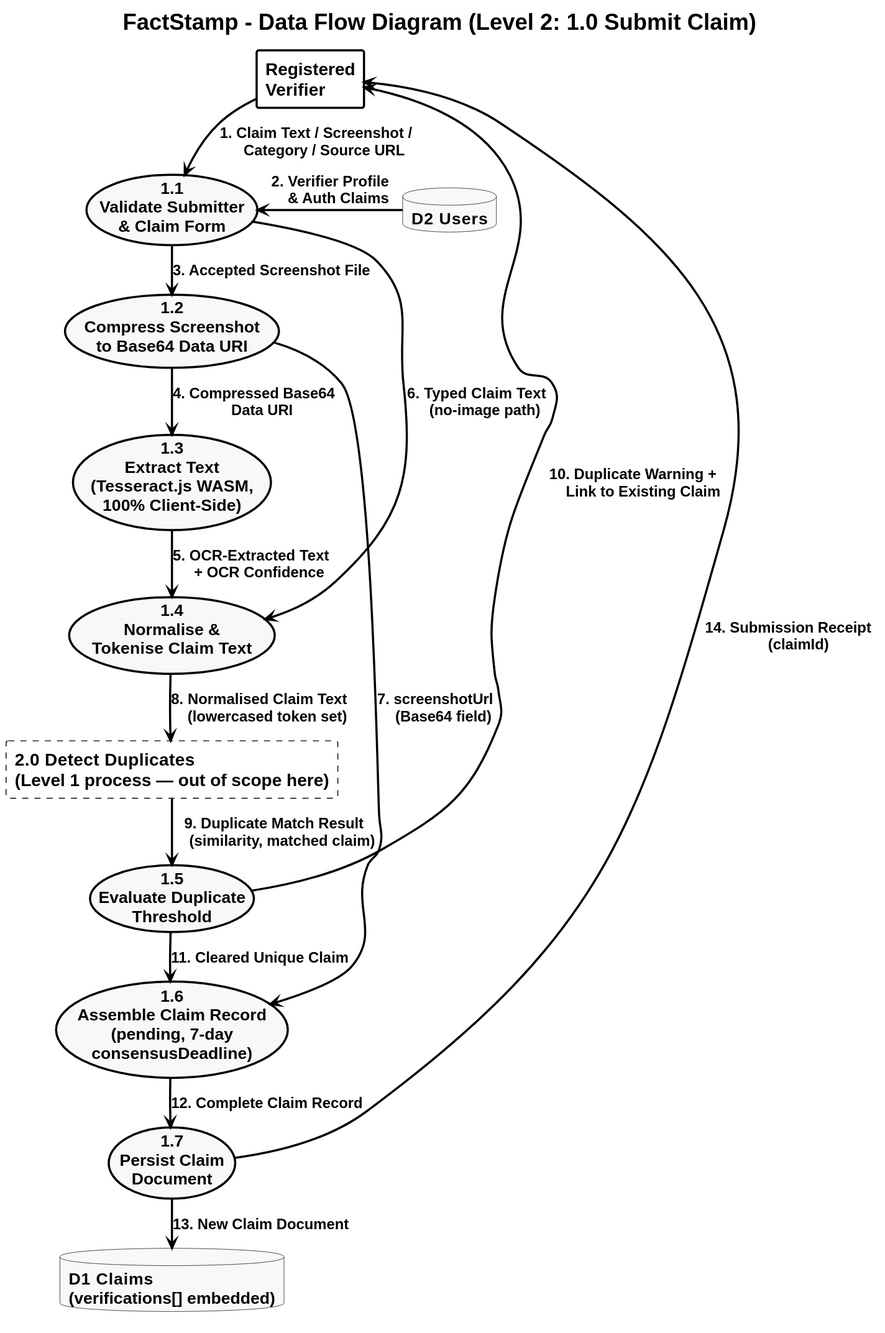
aadish0day/typst keeps this PlantUML diagram as FactStamp/black_book_draft/03_Requirements_and_Analysis/attachments/dfd_level_2.svg. Above is the earlier version.
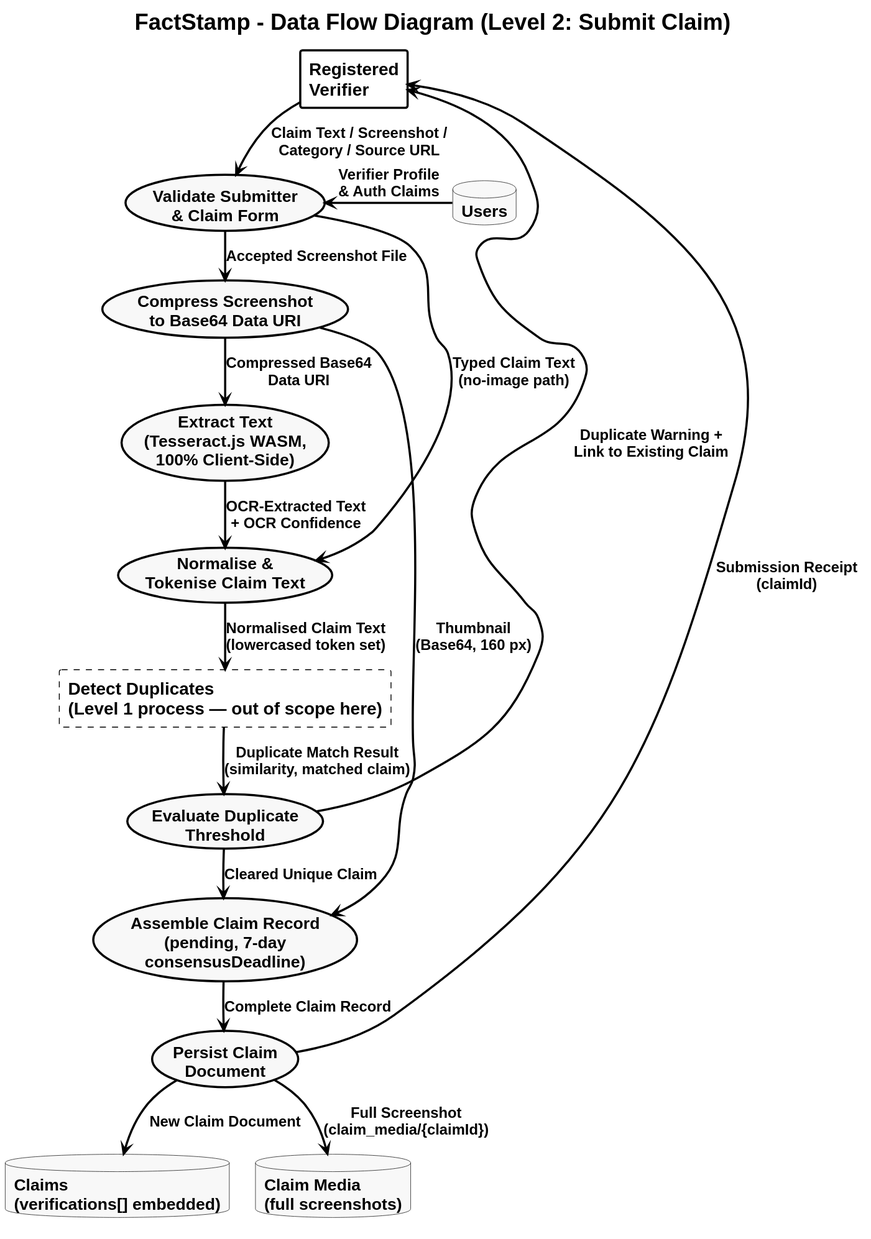
The same diagram one commit later.

Change to the diagram source:
```diff
@@ -33,39 +33,41 @@
 skinparam DatabaseFontSize 19
 skinparam DatabaseFontStyle bold
 
-title FactStamp - Data Flow Diagram (Level 2: 1.0 Submit Claim)
+title FactStamp - Data Flow Diagram (Level 2: Submit Claim)
 
 rectangle "Registered\nVerifier" as VER
 
-usecase "1.1\nValidate Submitter\n& Claim Form" as S11
-database "D2  Users" as D2
-usecase "1.2\nCompress Screenshot\nto Base64 Data URI" as S12
-usecase "1.3\nExtract Text\n(Tesseract.js WASM,\n100% Client-Side)" as S13
-usecase "1.4\nNormalise &\nTokenise Claim Text" as S14
-rectangle "2.0  Detect Duplicates\n(Level 1 process — out of scope here)" as P20 #line.dashed
-usecase "1.5\nEvaluate Duplicate\nThreshold" as S15
-usecase "1.6\nAssemble Claim Record\n(pending, 7-day\nconsensusDeadline)" as S16
-usecase "1.7\nPersist Claim\nDocument" as S17
-database "D1  Claims\n(verifications[] embedded)" as D1
+usecase "Validate Submitter\n& Claim Form" as S11
+database "Users" as D2
+usecase "Compress Screenshot\nto Base64 Data URI" as S12
+usecase "Extract Text\n(Tesseract.js WASM,\n100% Client-Side)" as S13
+usecase "Normalise &\nTokenise Claim Text" as S14
+rectangle "Detect Duplicates\n(Level 1 process — out of scope here)" as P20 #line.dashed
+usecase "Evaluate Duplicate\nThreshold" as S15
+usecase "Assemble Claim Record\n(pending, 7-day\nconsensusDeadline)" as S16
+usecase "Persist Claim\nDocument" as S17
+database "Claims\n(verifications[] embedded)" as D1
+database "Claim Media\n(full screenshots)" as D6
 
 VER -[hidden]-> D2
 
-VER --> S11 : "1. Claim Text / Screenshot /\n    Category / Source URL"
-D2  -[norank]-> S11 : "2. Verifier Profile\n    & Auth Claims"
+VER --> S11 : "Claim Text / Screenshot /\nCategory / Source URL"
+D2  -[norank]-> S11 : "Verifier Profile\n& Auth Claims"
 
-S11 --> S12 : "3. Accepted Screenshot File"
-S12 --> S13 : "4. Compressed Base64\n    Data URI"
-S13 --> S14 : "5. OCR-Extracted Text\n    + OCR Confidence"
-S11 -[norank]-> S14 : "6. Typed Claim Text\n    (no-image path)"
-S12 -[norank]-> S16 : "7. screenshotUrl\n    (Base64 field)"
+S11 --> S12 : "Accepted Screenshot File"
+S12 --> S13 : "Compressed Base64\nData URI"
+S13 --> S14 : "OCR-Extracted Text\n+ OCR Confidence"
+S11 -[norank]-> S14 : "Typed Claim Text\n(no-image path)"
+S12 -[norank]-> S16 : "Thumbnail\n(Base64, 160 px)"
 
-S14 --> P20 : "8. Normalised Claim Text\n    (lowercased token set)"
-P20 --> S15 : "9. Duplicate Match Result\n    (similarity, matched claim)"
+S14 --> P20 : "Normalised Claim Text\n(lowercased token set)"
+P20 --> S15 : "Duplicate Match Result\n(similarity, matched claim)"
 
-S15 -[norank]-> VER : "10. Duplicate Warning +\n     Link to Existing Claim"
-S15 --> S16 : "11. Cleared Unique Claim"
+S15 -[norank]-> VER : "Duplicate Warning +\nLink to Existing Claim"
+S15 --> S16 : "Cleared Unique Claim"
 
-S16 --> S17 : "12. Complete Claim Record"
-S17 --> D1 : "13. New Claim Document"
-S17 -[norank]-> VER : "14. Submission Receipt\n     (claimId)"
+S16 --> S17 : "Complete Claim Record"
+S17 --> D1 : "New Claim Document"
+S17 --> D6 : "Full Screenshot\n(claim_media/{claimId})"
+S17 -[norank]-> VER : "Submission Receipt\n(claimId)"
 @enduml
```
